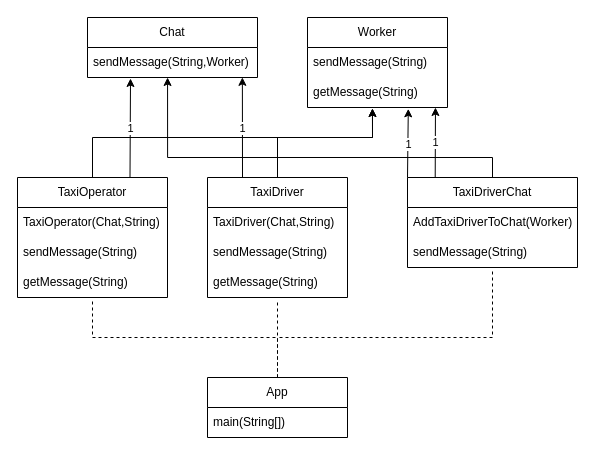
Above: src/Behavioral/Mediator.drawio in NikitaFoshch/UML (draw.io), before the change. Source tidied: cells renumbered, new cells numbered last; positions are measured from the earlier drawing's top-left corner, leaving out a move shared by most shapes. Both pictures are drawn from the tidied source at 100%, with x=0, y=0 at pixel (17, 17).
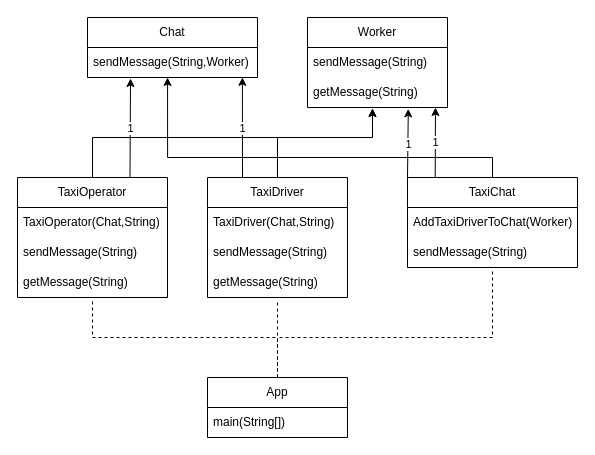
After the change.

Diff of the diagram source:
```diff
@@
-    <mxCell id="18" value="TaxiDriverChat" style="swimlane;fontStyle=0;horizontal=1;startSize=30;whiteSpace=wrap;html=1;" parent="1" vertex="1">
+    <mxCell id="18" value="TaxiChat" style="swimlane;fontStyle=0;horizontal=1;startSize=30;whiteSpace=wrap;html=1;" parent="1" vertex="1">
       <mxGeometry x="390" y="160" width="170" height="90" as="geometry" />
     </mxCell>
```
